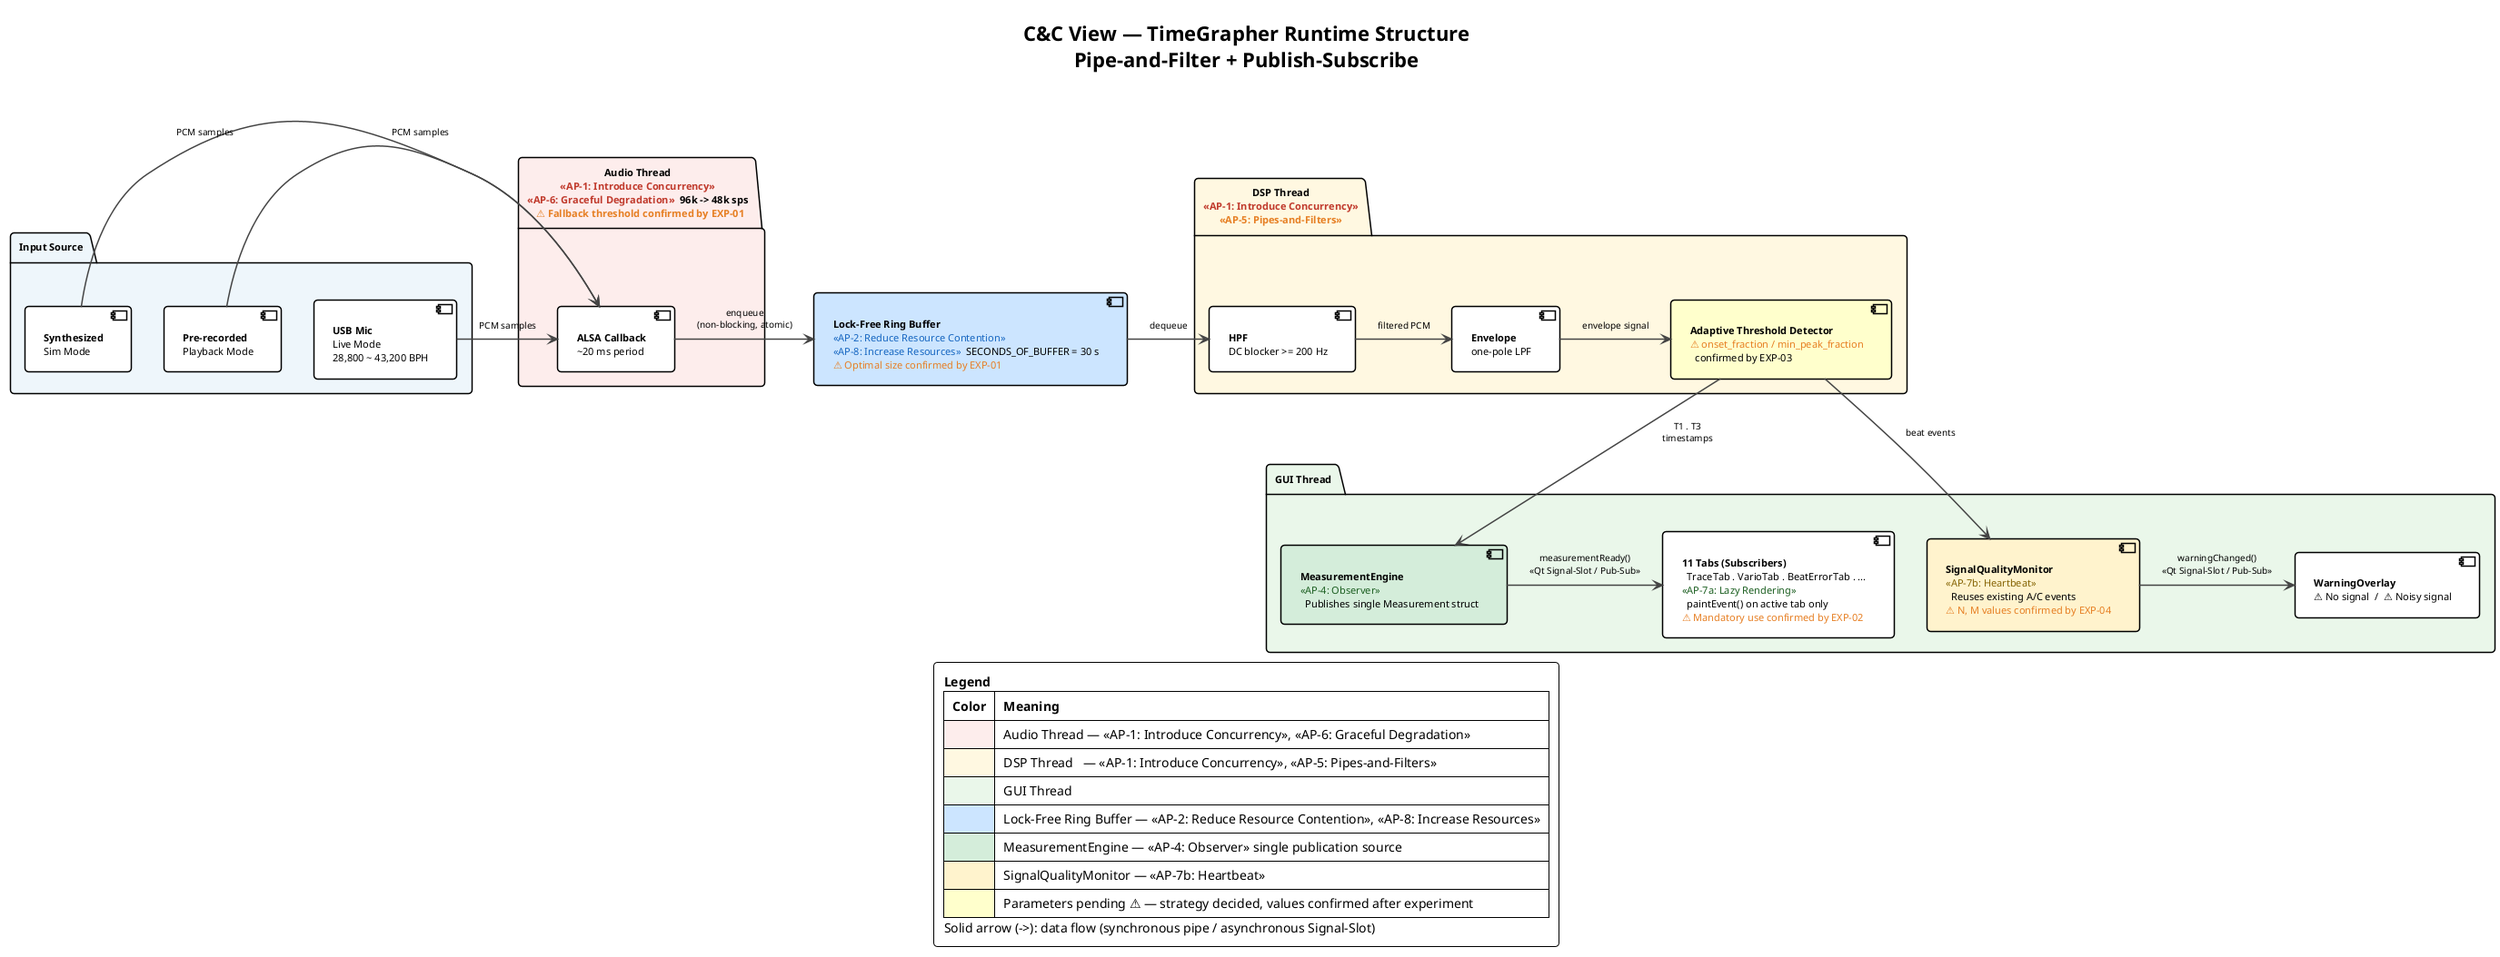
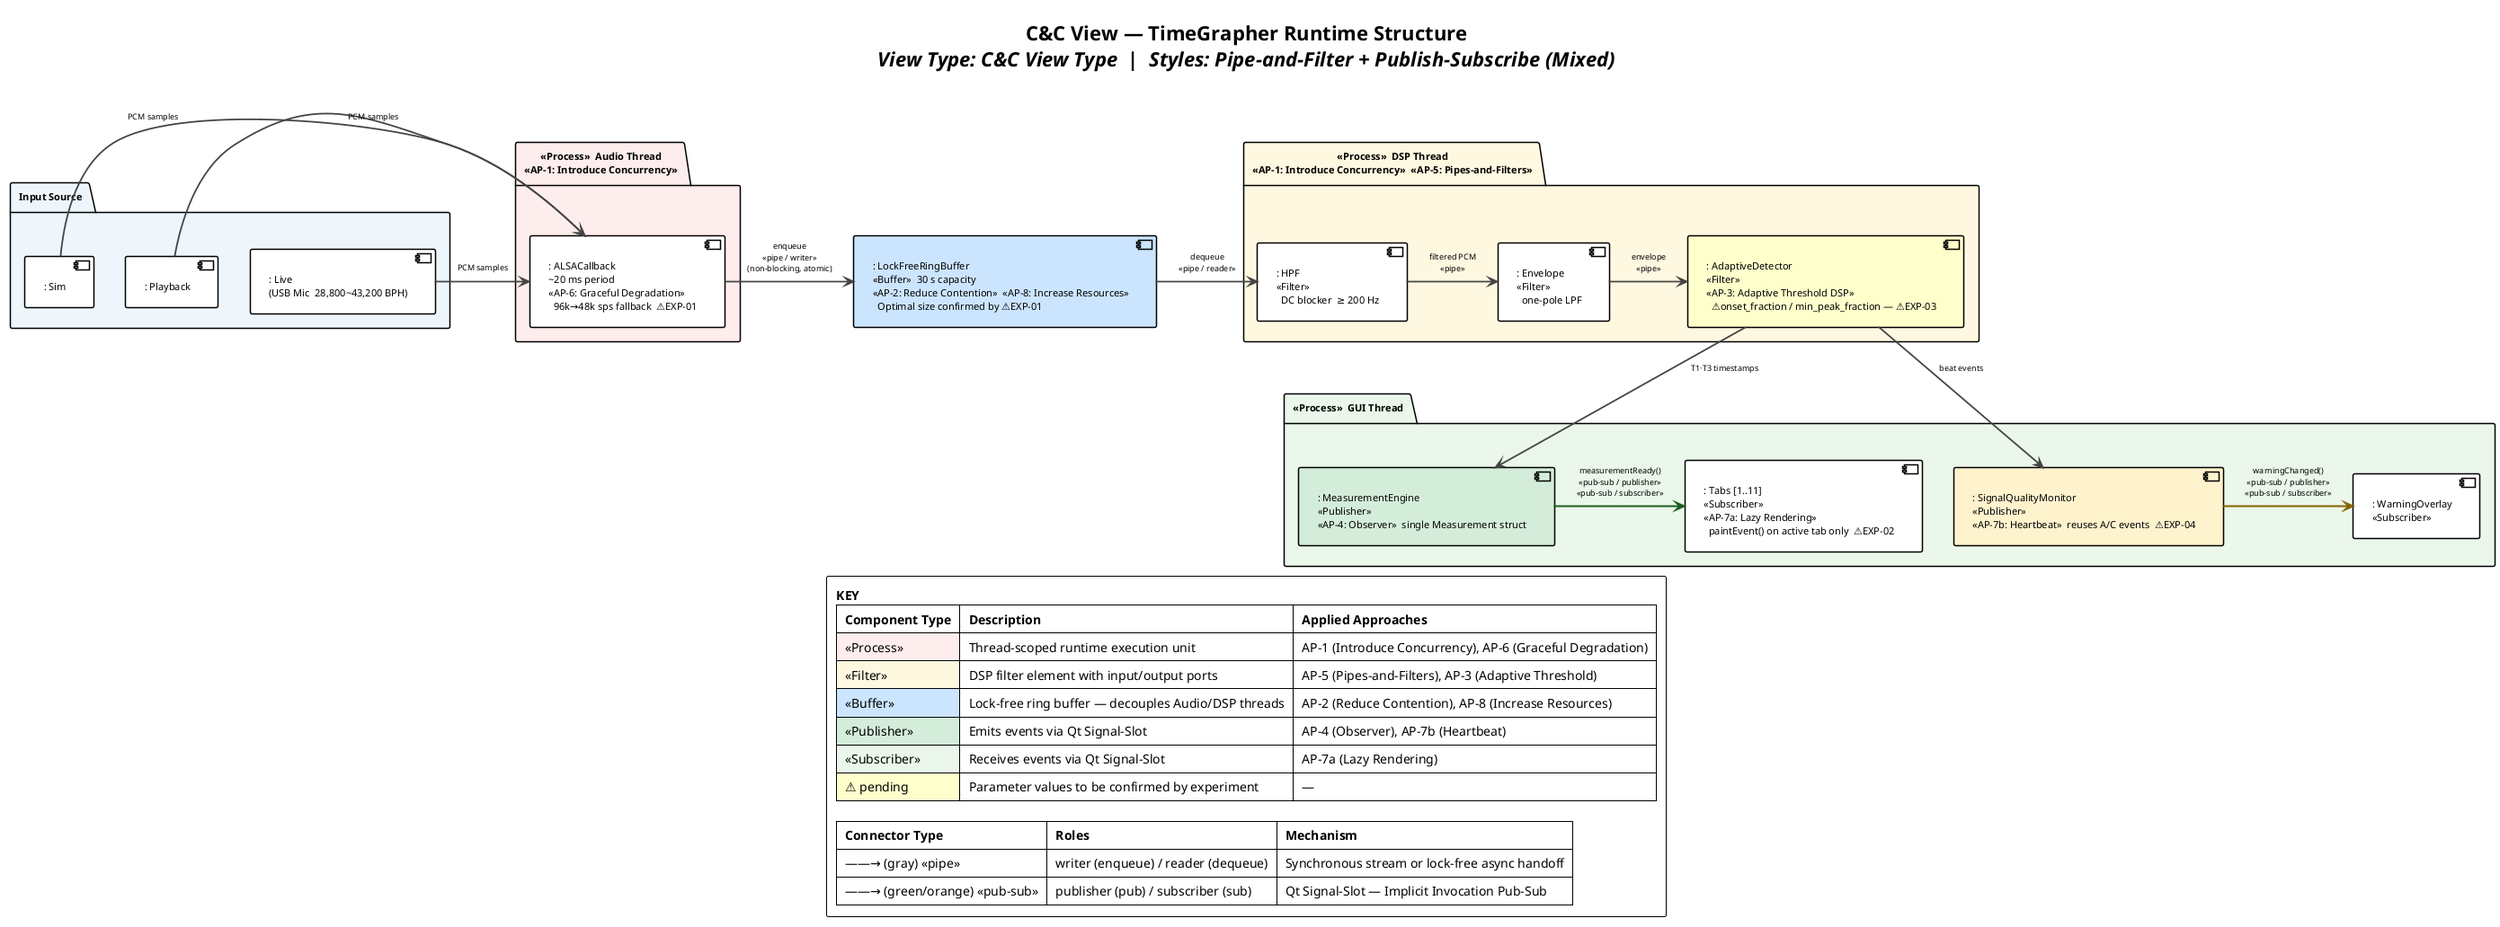
@startuml cc-view
!theme plain
skinparam backgroundColor #FFFFFF
skinparam defaultFontName "Arial"
skinparam defaultFontSize 11
skinparam ArrowColor #444444
- skinparam ArrowFontSize 10
- skinparam ArrowThickness 1.5
+ skinparam ArrowFontSize 9
+ skinparam ArrowThickness 1.8
skinparam PackageBorderThickness 1.5
skinparam ComponentBorderThickness 1.5
skinparam Padding 6
- skinparam RoundCorner 8
+ skinparam RoundCorner 4

- title <b>C&C View — TimeGrapher Runtime Structure</b>\nPipe-and-Filter + Publish-Subscribe
+ title <b>C&C View — TimeGrapher Runtime Structure</b>\n<i>View Type: C&C View Type  |  Styles: Pipe-and-Filter + Publish-Subscribe (Mixed)</i>

- ' ── Input Sources ──────────────────────────────────────
+ ' ═══════════════════════════════════════════════════
+ '  COMPONENT TYPES
+ '    «Filter»   — DSP processing element (input/output ports)
+ '    «Process»  — Thread-scoped runtime execution unit
+ '    «Buffer»   — Decoupling data store between threads
+ '    «Publisher»  / «Subscriber»  — Pub-Sub participants
+ ' ═══════════════════════════════════════════════════
+ 
+ ' ── Input Sources ────────────────────────────────────
package "Input Source" as SRC #EEF6FB {
-     [<b>USB Mic</b>\nLive Mode\n28,800 ~ 43,200 BPH] as LIVE
-     [<b>Pre-recorded</b>\nPlayback Mode] as PB
-     [<b>Synthesized</b>\nSim Mode] as SIM
+     component ": Live\n(USB Mic  28,800~43,200 BPH)" as LIVE
+     component ": Playback" as PB
+     component ": Sim" as SIM
}

- ' ── Audio Thread ────────────────────────────────────────
- package "Audio Thread\n<color:#C0392B>«AP-1: Introduce Concurrency»</color>\n<color:#C0392B>«AP-6: Graceful Degradation»</color>  96k -> 48k sps\n  <color:#E67E22>⚠ Fallback threshold confirmed by EXP-01</color>" as AT_PKG #FDEDEC {
-     [<b>ALSA Callback</b>\n~20 ms period] as ALSA
+ ' ── Audio Thread ──────────────────────────────────────
+ package "«Process»  Audio Thread\n«AP-1: Introduce Concurrency»" as AT_PKG #FDEDEC {
+     component ": ALSACallback\n~20 ms period\n«AP-6: Graceful Degradation»\n  96k→48k sps fallback  ⚠EXP-01" as ALSA
}

- ' ── Ring Buffer ─────────────────────────────────────────
- component "<b>Lock-Free Ring Buffer</b>\n<color:#1565C0>«AP-2: Reduce Resource Contention»</color>\n<color:#1565C0>«AP-8: Increase Resources»</color>  SECONDS_OF_BUFFER = 30 s\n<color:#E67E22>⚠ Optimal size confirmed by EXP-01</color>" as RB #CCE5FF
+ ' ── Pipe Connector (Buffer) ───────────────────────────
+ component ": LockFreeRingBuffer\n«Buffer»  30 s capacity\n«AP-2: Reduce Contention»  «AP-8: Increase Resources»\n  Optimal size confirmed by ⚠EXP-01" as RB #CCE5FF

- ' ── DSP Thread ──────────────────────────────────────────
- package "DSP Thread\n<color:#C0392B>«AP-1: Introduce Concurrency»</color>\n<color:#E67E22>«AP-5: Pipes-and-Filters»</color>" as DSP_PKG #FFF8E1 {
-     [<b>HPF</b>\nDC blocker >= 200 Hz] as HPF
-     [<b>Envelope</b>\none-pole LPF] as ENV
-     [<b>Adaptive Threshold Detector</b>\n<color:#E67E22>⚠ onset_fraction / min_peak_fraction</color>\n  confirmed by EXP-03] as DET #FFFFCC
+ ' ── DSP Thread ────────────────────────────────────────
+ package "«Process»  DSP Thread\n«AP-1: Introduce Concurrency»  «AP-5: Pipes-and-Filters»" as DSP_PKG #FFF8E1 {
+     component ": HPF\n«Filter»\n  DC blocker  ≥ 200 Hz" as HPF
+     component ": Envelope\n«Filter»\n  one-pole LPF" as ENV
+     component ": AdaptiveDetector\n«Filter»\n«AP-3: Adaptive Threshold DSP»\n  ⚠onset_fraction / min_peak_fraction — ⚠EXP-03" as DET #FFFFCC
}

- ' ── GUI Thread ──────────────────────────────────────────
- package "GUI Thread" as GUI_PKG #EAF7EA {
-     [<b>MeasurementEngine</b>\n<color:#1B5E20>«AP-4: Observer»</color>\n  Publishes single Measurement struct] as ME #D4EDDA
-     [<b>SignalQualityMonitor</b>\n<color:#856404>«AP-7b: Heartbeat»</color>\n  Reuses existing A/C events\n<color:#E67E22>⚠ N, M values confirmed by EXP-04</color>] as SQ #FFF3CD
-     [<b>11 Tabs (Subscribers)</b>\n  TraceTab . VarioTab . BeatErrorTab . ...\n<color:#1B5E20>«AP-7a: Lazy Rendering»</color>\n  paintEvent() on active tab only\n<color:#E67E22>⚠ Mandatory use confirmed by EXP-02</color>] as TABS
-     [<b>WarningOverlay</b>\n⚠ No signal  /  ⚠ Noisy signal] as WRN
+ ' ── GUI Thread ────────────────────────────────────────
+ package "«Process»  GUI Thread" as GUI_PKG #EAF7EA {
+     component ": MeasurementEngine\n«Publisher»\n«AP-4: Observer»  single Measurement struct" as ME #D4EDDA
+     component ": SignalQualityMonitor\n«Publisher»\n«AP-7b: Heartbeat»  reuses A/C events  ⚠EXP-04" as SQ #FFF3CD
+     component ": Tabs [1..11]\n«Subscriber»\n«AP-7a: Lazy Rendering»\n  paintEvent() on active tab only  ⚠EXP-02" as TABS
+     component ": WarningOverlay\n«Subscriber»" as WRN
}

- ' ── Connectors ──────────────────────────────────────────
+ ' ═══════════════════════════════════════════════════
+ '  CONNECTOR TYPE 1 — Pipe  (data-in → data-out)
+ '    roles: writer (src), reader (snk)
+ ' ═══════════════════════════════════════════════════
LIVE -right-> ALSA : PCM samples
PB   -right-> ALSA : PCM samples
SIM  -right-> ALSA : PCM samples

- ALSA -right-> RB : enqueue\n(non-blocking, atomic)
- RB   -right-> HPF : dequeue
+ ALSA -right-> RB : enqueue\n«pipe / writer»\n(non-blocking, atomic)
+ RB   -right-> HPF : dequeue\n«pipe / reader»

- HPF  -right-> ENV  : filtered PCM
- ENV  -right-> DET  : envelope signal
+ HPF  -right-> ENV  : filtered PCM\n«pipe»
+ ENV  -right-> DET  : envelope\n«pipe»

- DET  -down-> ME  : T1 . T3\ntimestamps
+ ' ── Transition: Pipe → Pub-Sub ───────────────────────
+ DET  -down-> ME  : T1·T3 timestamps
DET  -down-> SQ  : beat events

- ME  -right-> TABS : measurementReady()\n<<Qt Signal-Slot / Pub-Sub>>
- SQ  -right-> WRN  : warningChanged()\n<<Qt Signal-Slot / Pub-Sub>>
+ ' ═══════════════════════════════════════════════════
+ '  CONNECTOR TYPE 2 — Publish-Subscribe
+ '    roles: publisher (pub), subscriber (sub)
+ '    mechanism: Qt Signal-Slot (Implicit Invocation)
+ ' ═══════════════════════════════════════════════════
+ ME  -right[#1B5E20,thickness=2]-> TABS : measurementReady()\n«pub-sub / publisher»\n«pub-sub / subscriber»
+ SQ  -right[#856404,thickness=2]-> WRN  : warningChanged()\n«pub-sub / publisher»\n«pub-sub / subscriber»

- ' ── Legend ──────────────────────────────────────────────
+ ' ═══════════════════════════════════════════════════
+ '  KEY  (교재 표기법 준수)
+ ' ═══════════════════════════════════════════════════
legend bottom
-   <b>Legend</b>
-   |= Color |= Meaning |
-   | <#FDEDEC> | Audio Thread — «AP-1: Introduce Concurrency», «AP-6: Graceful Degradation» |
-   | <#FFF8E1> | DSP Thread   — «AP-1: Introduce Concurrency», «AP-5: Pipes-and-Filters» |
-   | <#EAF7EA> | GUI Thread |
-   | <#CCE5FF> | Lock-Free Ring Buffer — «AP-2: Reduce Resource Contention», «AP-8: Increase Resources» |
-   | <#D4EDDA> | MeasurementEngine — «AP-4: Observer» single publication source |
-   | <#FFF3CD> | SignalQualityMonitor — «AP-7b: Heartbeat» |
-   | <#FFFFCC> | Parameters pending ⚠ — strategy decided, values confirmed after experiment |
-   Solid arrow (->): data flow (synchronous pipe / asynchronous Signal-Slot)
+   <b>KEY</b>
+   |= Component Type |= Description |= Applied Approaches |
+   | <#FDEDEC> «Process» | Thread-scoped runtime execution unit | AP-1 (Introduce Concurrency), AP-6 (Graceful Degradation) |
+   | <#FFF8E1> «Filter» | DSP filter element with input/output ports | AP-5 (Pipes-and-Filters), AP-3 (Adaptive Threshold) |
+   | <#CCE5FF> «Buffer» | Lock-free ring buffer — decouples Audio/DSP threads | AP-2 (Reduce Contention), AP-8 (Increase Resources) |
+   | <#D4EDDA> «Publisher» | Emits events via Qt Signal-Slot | AP-4 (Observer), AP-7b (Heartbeat) |
+   | <#EAF7EA> «Subscriber» | Receives events via Qt Signal-Slot | AP-7a (Lazy Rendering) |
+   | <#FFFFCC> ⚠ pending | Parameter values to be confirmed by experiment | — |
+ 
+   |= Connector Type |= Roles |= Mechanism |
+   | ——→ (gray) «pipe» | writer (enqueue) / reader (dequeue) | Synchronous stream or lock-free async handoff |
+   | ——→ (green/orange) «pub-sub» | publisher (pub) / subscriber (sub) | Qt Signal-Slot — Implicit Invocation Pub-Sub |
endlegend

@enduml
